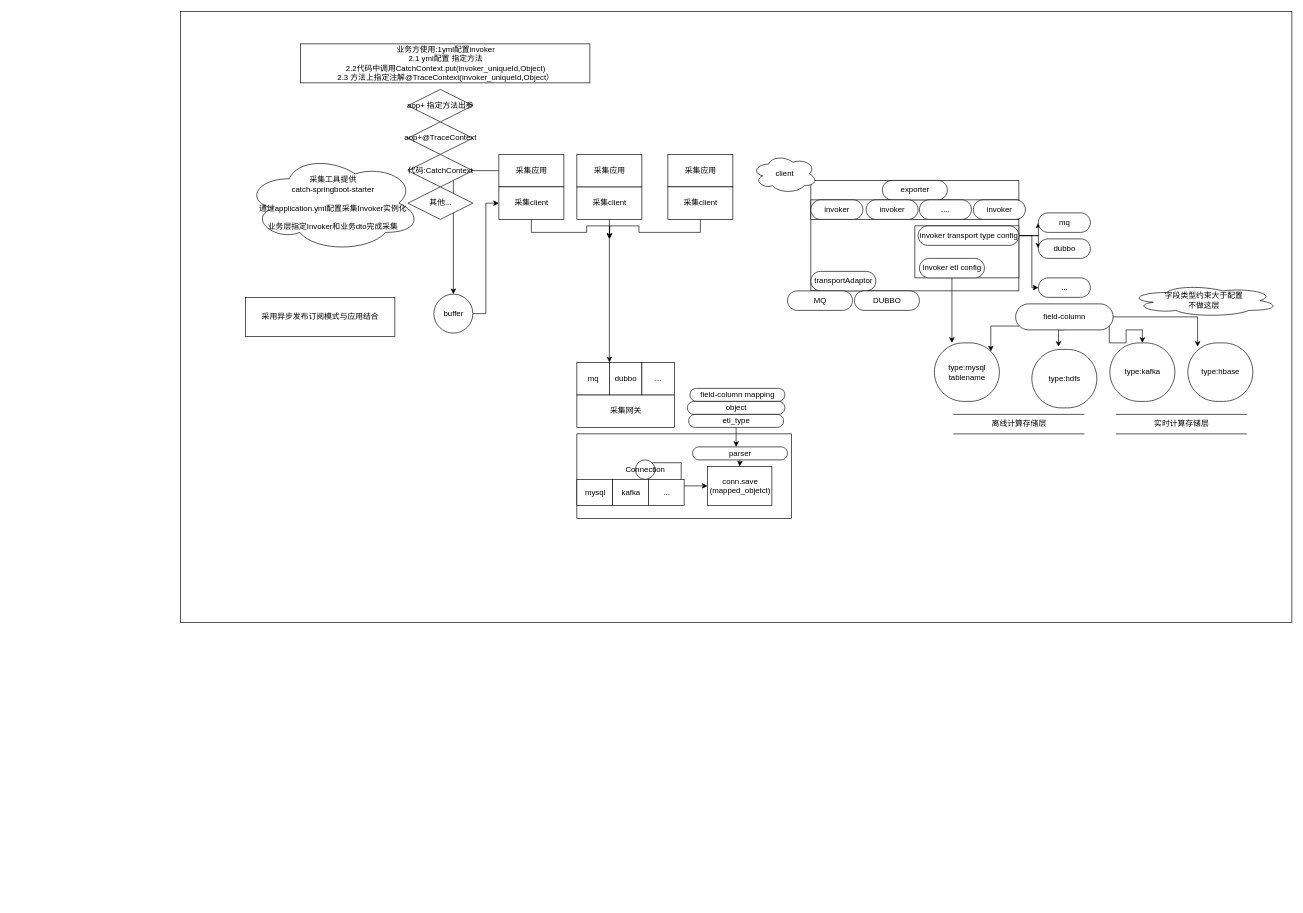
renxinlin/- keeps this draw.io diagram as Untitled Diagram.drawio. Above is the earlier version. Source tidied: cells renumbered, new cells numbered last; positions are measured from the earlier drawing's top-left corner, leaving out a move shared by most shapes. Both pictures are drawn from the tidied source at 65%, with x=0, y=0 at pixel (180, 11).
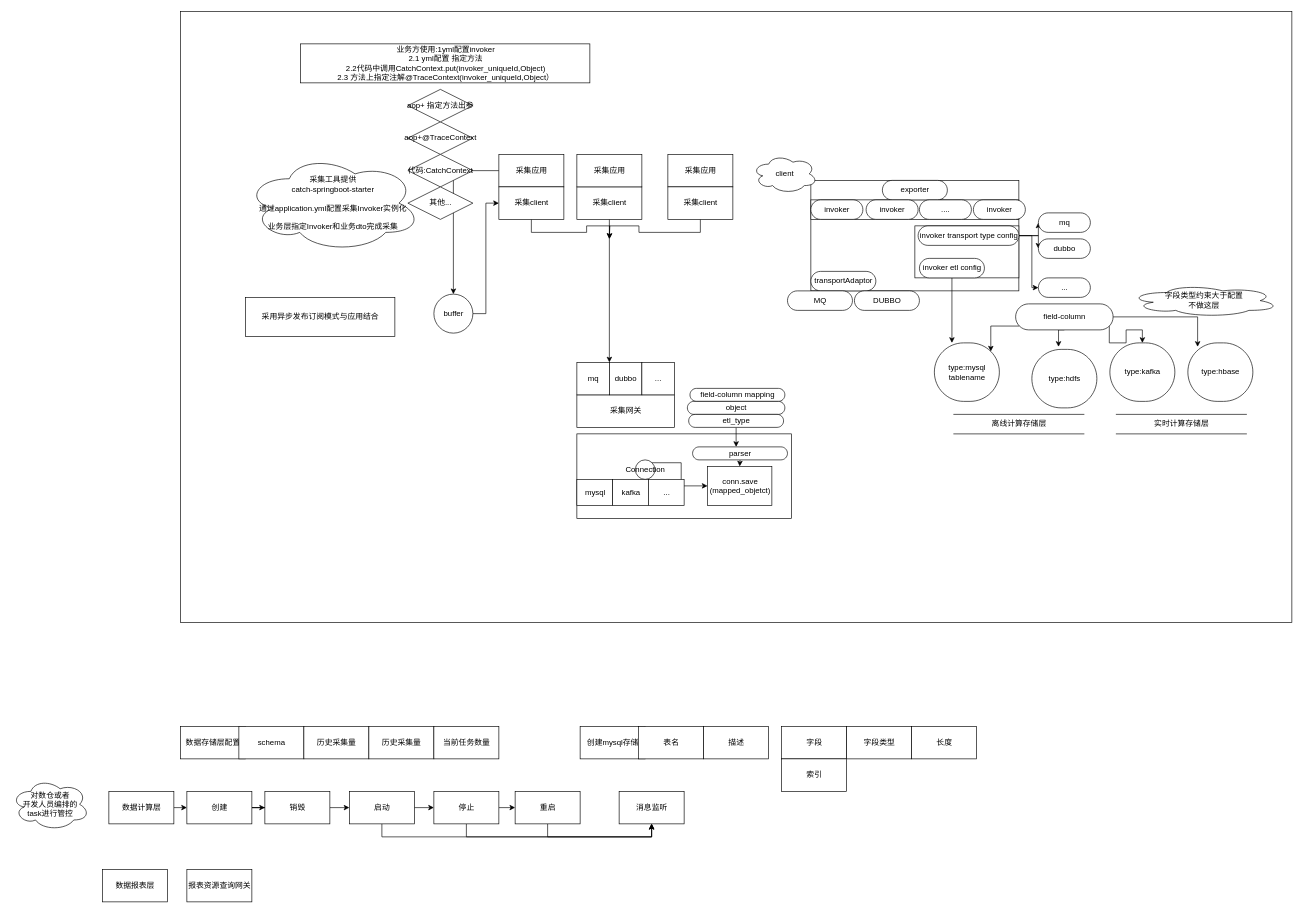
The same diagram, later.

What changed in the source:
```diff
@@
+    <mxCell id="72" value="数据存储层配置" style="html=1;dashed=0;whitespace=wrap;" parent="1" vertex="1">
+      <mxGeometry y="1100" width="100" height="50" as="geometry" />
+    </mxCell>
+    <mxCell id="73" value="创建mysql存储" style="html=1;dashed=0;whitespace=wrap;" parent="1" vertex="1">
+      <mxGeometry x="615" y="1100" width="100" height="50" as="geometry" />
+    </mxCell>
+    <mxCell id="74" value="表名" style="html=1;dashed=0;whitespace=wrap;" parent="1" vertex="1">
+      <mxGeometry x="705" y="1100" width="100" height="50" as="geometry" />
+    </mxCell>
+    <mxCell id="75" value="描述" style="html=1;dashed=0;whitespace=wrap;" parent="1" vertex="1">
+      <mxGeometry x="805" y="1100" width="100" height="50" as="geometry" />
+    </mxCell>
+    <mxCell id="76" value="字段" style="html=1;dashed=0;whitespace=wrap;" parent="1" vertex="1">
+      <mxGeometry x="925" y="1100" width="100" height="50" as="geometry" />
+    </mxCell>
+    <mxCell id="77" value="字段类型" style="html=1;dashed=0;whitespace=wrap;" parent="1" vertex="1">
+      <mxGeometry x="1025" y="1100" width="100" height="50" as="geometry" />
+    </mxCell>
+    <mxCell id="78" value="长度" style="html=1;dashed=0;whitespace=wrap;" parent="1" vertex="1">
+      <mxGeometry x="1125" y="1100" width="100" height="50" as="geometry" />
+    </mxCell>
+    <mxCell id="79" value="索引" style="html=1;dashed=0;whitespace=wrap;" parent="1" vertex="1">
+      <mxGeometry x="925" y="1150" width="100" height="50" as="geometry" />
+    </mxCell>
+    <mxCell id="80" value="schema" style="html=1;dashed=0;whitespace=wrap;" parent="1" vertex="1">
+      <mxGeometry x="90" y="1100" width="100" height="50" as="geometry" />
+    </mxCell>
+    <mxCell id="81" value="历史采集量" style="html=1;dashed=0;whitespace=wrap;" parent="1" vertex="1">
+      <mxGeometry x="190" y="1100" width="100" height="50" as="geometry" />
+    </mxCell>
+    <mxCell id="82" value="历史采集量" style="html=1;dashed=0;whitespace=wrap;" parent="1" vertex="1">
+      <mxGeometry x="290" y="1100" width="100" height="50" as="geometry" />
+    </mxCell>
+    <mxCell id="83" value="当前任务数量" style="html=1;dashed=0;whitespace=wrap;" parent="1" vertex="1">
+      <mxGeometry x="390" y="1100" width="100" height="50" as="geometry" />
+    </mxCell>
+    <mxCell id="84" style="edgeStyle=orthogonalEdgeStyle;rounded=0;jettySize=auto;html=1;exitX=1;exitY=0.5;exitDx=0;exitDy=0;entryX=0;entryY=0.5;entryDx=0;entryDy=0;" parent="1" edge="1" source="85" target="95">
+      <mxGeometry relative="1" as="geometry" />
+    </mxCell>
+    <mxCell id="85" value="数据计算层" style="html=1;dashed=0;whitespace=wrap;" parent="1" vertex="1">
+      <mxGeometry x="-110" y="1200" width="100" height="50" as="geometry" />
+    </mxCell>
+    <mxCell id="86" style="edgeStyle=orthogonalEdgeStyle;rounded=0;jettySize=auto;html=1;exitX=1;exitY=0.5;exitDx=0;exitDy=0;entryX=0;entryY=0.5;entryDx=0;entryDy=0;" parent="1" edge="1" source="87" target="90">
+      <mxGeometry relative="1" as="geometry" />
+    </mxCell>
+    <mxCell id="87" value="销毁" style="html=1;dashed=0;whitespace=wrap;" parent="1" vertex="1">
+      <mxGeometry x="130" y="1200" width="100" height="50" as="geometry" />
+    </mxCell>
+    <mxCell id="88" style="edgeStyle=orthogonalEdgeStyle;rounded=0;jettySize=auto;html=1;exitX=1;exitY=0.5;exitDx=0;exitDy=0;entryX=0;entryY=0.5;entryDx=0;entryDy=0;" parent="1" edge="1" source="90" target="93">
+      <mxGeometry relative="1" as="geometry" />
+    </mxCell>
+    <mxCell id="89" style="edgeStyle=orthogonalEdgeStyle;rounded=0;jettySize=auto;html=1;exitX=0.5;exitY=1;exitDx=0;exitDy=0;entryX=0.5;entryY=1;entryDx=0;entryDy=0;" parent="1" edge="1" source="90" target="100">
+      <mxGeometry relative="1" as="geometry" />
+    </mxCell>
+    <mxCell id="90" value="启动" style="html=1;dashed=0;whitespace=wrap;" parent="1" vertex="1">
+      <mxGeometry x="260" y="1200" width="100" height="50" as="geometry" />
+    </mxCell>
+    <mxCell id="91" style="edgeStyle=orthogonalEdgeStyle;rounded=0;jettySize=auto;html=1;exitX=1;exitY=0.5;exitDx=0;exitDy=0;entryX=0;entryY=0.5;entryDx=0;entryDy=0;" parent="1" edge="1" source="93" target="97">
+      <mxGeometry relative="1" as="geometry" />
+    </mxCell>
+    <mxCell id="92" style="edgeStyle=orthogonalEdgeStyle;rounded=0;jettySize=auto;html=1;exitX=0.5;exitY=1;exitDx=0;exitDy=0;entryX=0.5;entryY=1;entryDx=0;entryDy=0;" parent="1" edge="1" source="93" target="100">
+      <mxGeometry relative="1" as="geometry" />
+    </mxCell>
+    <mxCell id="93" value="停止" style="html=1;dashed=0;whitespace=wrap;" parent="1" vertex="1">
+      <mxGeometry x="390" y="1200" width="100" height="50" as="geometry" />
+    </mxCell>
+    <mxCell id="94" style="edgeStyle=orthogonalEdgeStyle;rounded=0;jettySize=auto;html=1;exitX=1;exitY=0.5;exitDx=0;exitDy=0;" parent="1" edge="1" source="95" target="87">
+      <mxGeometry relative="1" as="geometry" />
+    </mxCell>
+    <mxCell id="95" value="创建" style="html=1;dashed=0;whitespace=wrap;" parent="1" vertex="1">
+      <mxGeometry x="10" y="1200" width="100" height="50" as="geometry" />
+    </mxCell>
+    <mxCell id="96" style="edgeStyle=orthogonalEdgeStyle;rounded=0;jettySize=auto;html=1;exitX=0.5;exitY=1;exitDx=0;exitDy=0;entryX=0.5;entryY=1;entryDx=0;entryDy=0;" parent="1" edge="1" source="97" target="100">
+      <mxGeometry relative="1" as="geometry" />
+    </mxCell>
+    <mxCell id="97" value="重启" style="html=1;dashed=0;whitespace=wrap;" parent="1" vertex="1">
+      <mxGeometry x="515" y="1200" width="100" height="50" as="geometry" />
+    </mxCell>
+    <mxCell id="98" value="对数仓或者&lt;br&gt;开发人员编排的&lt;br&gt;task进行管控" style="shape=cloud;whiteSpace=wrap;html=1;" parent="1" vertex="1">
+      <mxGeometry x="-260" y="1180" width="120" height="80" as="geometry" />
+    </mxCell>
+    <mxCell id="99" value="数据报表层" style="html=1;dashed=0;whitespace=wrap;" parent="1" vertex="1">
+      <mxGeometry x="-120" y="1320" width="100" height="50" as="geometry" />
+    </mxCell>
+    <mxCell id="100" value="消息监听" style="html=1;dashed=0;whitespace=wrap;" parent="1" vertex="1">
+      <mxGeometry x="675" y="1200" width="100" height="50" as="geometry" />
+    </mxCell>
+    <mxCell id="101" value="报表资源查询网关" style="html=1;dashed=0;whitespace=wrap;" parent="1" vertex="1">
+      <mxGeometry x="10" y="1320" width="100" height="50" as="geometry" />
+    </mxCell>
```
